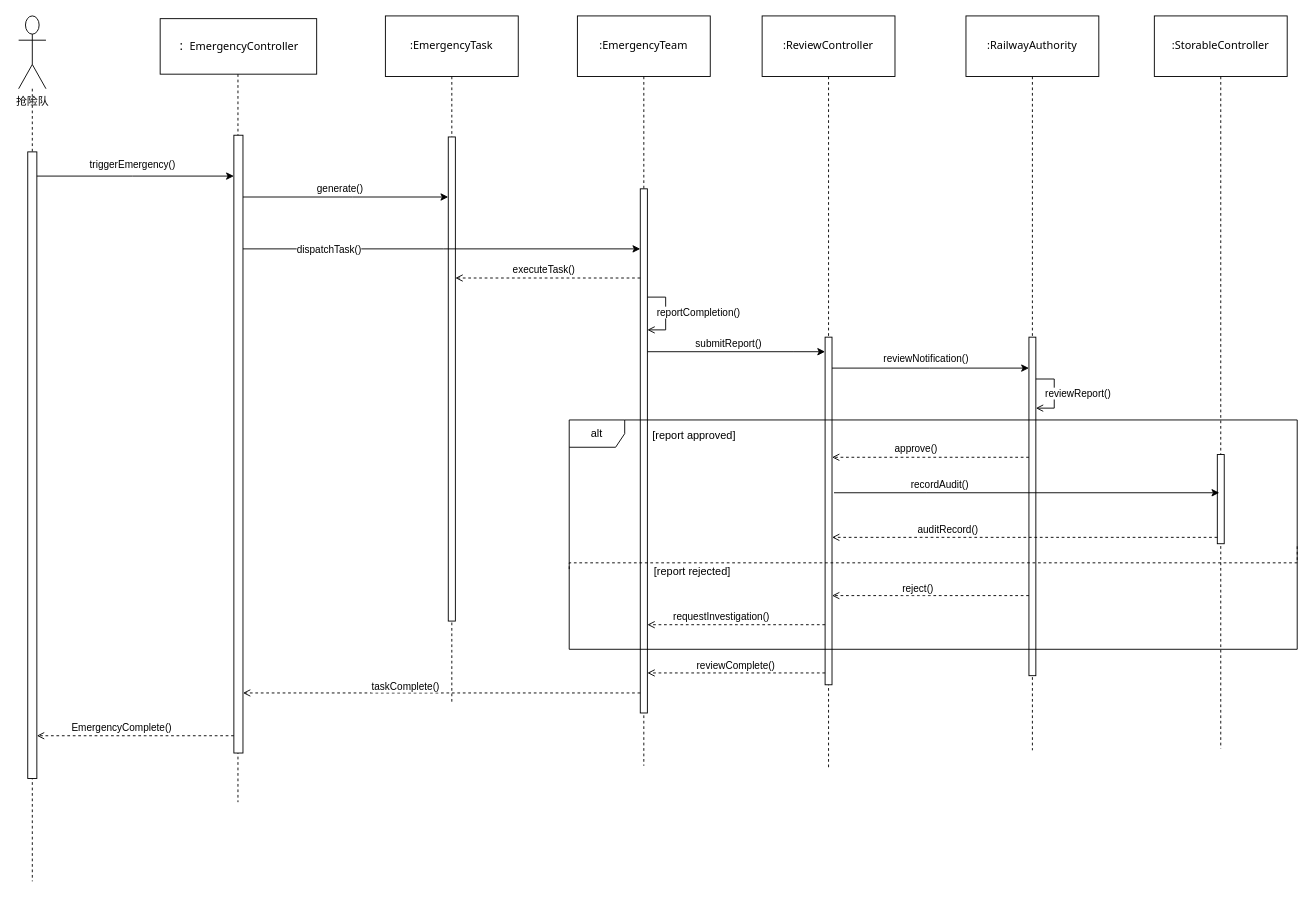
Lxlorange/drawio keeps this draw.io diagram as 应急响应子系统时序图.drawio. Above is the earlier version. Source tidied: cells renumbered, new cells numbered last; positions are measured from the earlier drawing's top-left corner, leaving out a move shared by most shapes. Both pictures are drawn from the tidied source at 91%, with x=0, y=0 at pixel (18, 15).
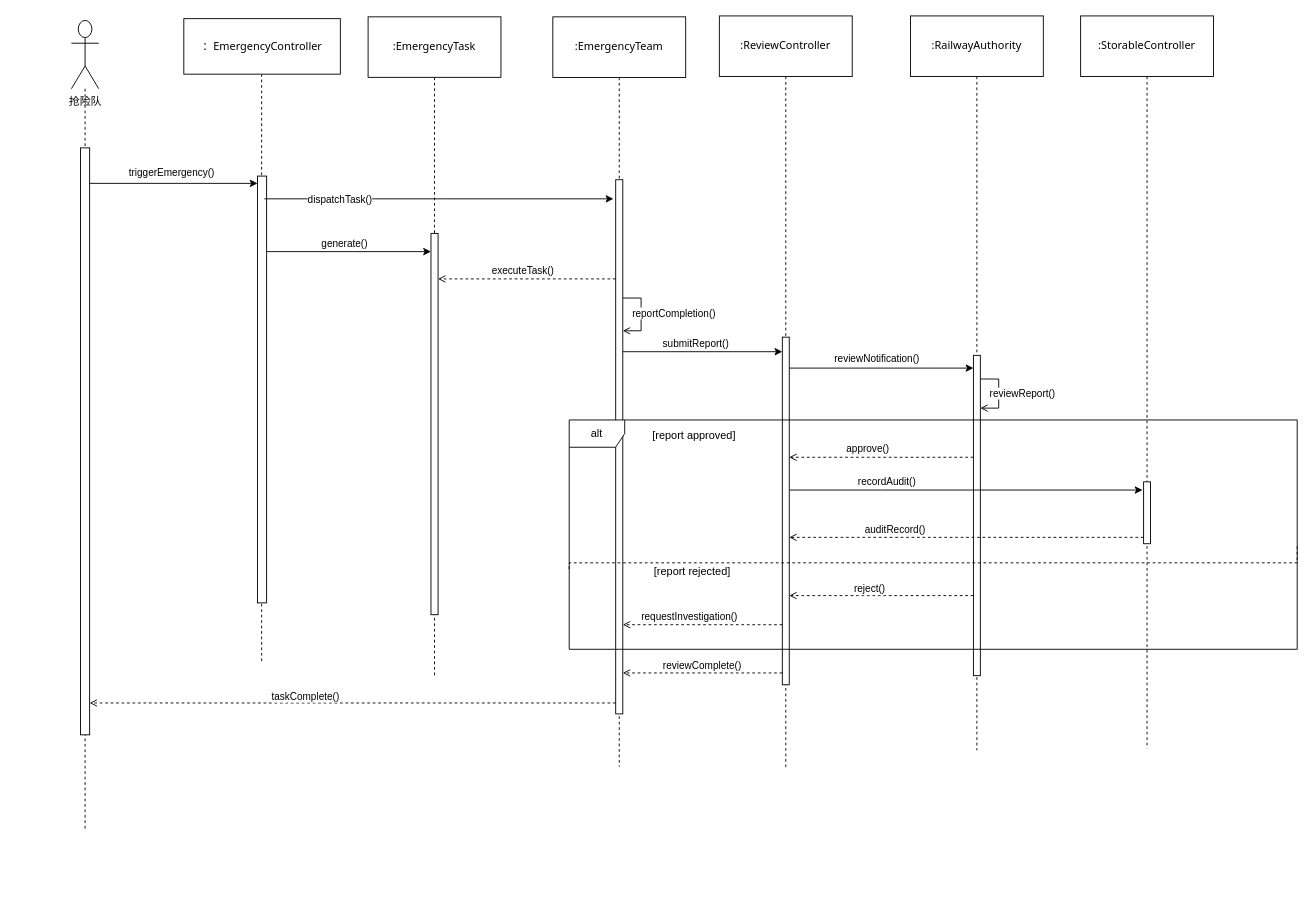
The same diagram, later.

Commit message (it also covers changes not shown here):
更新应急响应子系统时序图.drawio

The change refers to these unchanged cells:
```xml
<mxCell id="4" value="&lt;div style=&quot;text-align: start;&quot;&gt;&lt;span style=&quot;color: light-dark(rgb(0, 0, 0), rgb(255, 255, 255)); text-wrap-mode: nowrap; background-color: rgb(255, 255, 255);&quot;&gt;&lt;font face=&quot;ui-sans-serif, system-ui, sans-serif, Apple Color Emoji, Segoe UI Emoji, Segoe UI Symbol, Noto Color Emoji&quot;&gt;：EmergencyController&lt;/font&gt;&lt;/span&gt;&lt;/div&gt;" style="rounded=0;whiteSpace=wrap;html=1;" parent="2" vertex="1">
  <mxGeometry x="9.5" y="3" width="172" height="61" as="geometry" />
</mxCell>
<mxCell id="19" style="html=1;points=[[0,0,0,0,5],[0,1,0,0,-5],[1,0,0,0,5],[1,1,0,0,-5]];perimeter=orthogonalPerimeter;outlineConnect=0;targetShapes=umlLifeline;portConstraint=eastwest;newEdgeStyle={&quot;curved&quot;:0,&quot;rounded&quot;:0};" parent="16" vertex="1">
  <mxGeometry x="69.2" y="353" width="7.6" height="382" as="geometry" />
</mxCell>
<mxCell id="47" value="alt" style="shape=umlFrame;whiteSpace=wrap;html=1;width=61;height=30;" parent="1" vertex="1">
  <mxGeometry x="605" y="444" width="800" height="252" as="geometry" />
</mxCell>
```

Change to the diagram source:
```diff
@@
     <mxCell id="2" style="group;" parent="1" vertex="1">
-      <mxGeometry x="146" width="191" height="810" as="geometry" />
+      <mxGeometry x="172" width="191" height="810" as="geometry" />
     </mxCell>
     <mxCell id="3" style="edgeStyle=orthogonalEdgeStyle;rounded=0;jettySize=auto;html=1;endArrow=none;endFill=0;dashed=1;" parent="2" edge="1" source="4">
       <mxGeometry relative="1" as="geometry">
-        <mxPoint x="95" y="864" as="targetPoint" />
+        <mxPoint x="95" y="709" as="targetPoint" />
       </mxGeometry>
     </mxCell>
@@
     <mxCell id="5" style="html=1;points=[[0,0,0,0,5],[0,1,0,0,-5],[1,0,0,0,5],[1,1,0,0,-5]];perimeter=orthogonalPerimeter;outlineConnect=0;targetShapes=umlLifeline;portConstraint=eastwest;newEdgeStyle={&quot;curved&quot;:0,&quot;rounded&quot;:0};" parent="2" vertex="1">
-      <mxGeometry x="90.5" y="131.1" width="10" height="678.9" as="geometry" />
+      <mxGeometry x="90.5" y="176" width="10" height="469" as="geometry" />
     </mxCell>
     <mxCell id="6" style="group;" parent="1" vertex="1">
-      <mxGeometry width="30" height="838" as="geometry" />
+      <mxGeometry x="58" y="5" width="30" height="785" as="geometry" />
     </mxCell>
     <mxCell id="7" style="edgeStyle=orthogonalEdgeStyle;rounded=0;jettySize=auto;html=1;endArrow=none;endFill=0;dashed=1;" parent="6" edge="1" source="8">
       <mxGeometry relative="1" as="geometry">
-        <mxPoint x="15" y="951" as="targetPoint" />
+        <mxPoint x="15" y="890.9" as="targetPoint" />
       </mxGeometry>
     </mxCell>
     <mxCell id="8" value="抢险队" style="shape=umlActor;verticalLabelPosition=bottom;verticalAlign=top;html=1;outlineConnect=0;" parent="6" vertex="1">
-      <mxGeometry width="30" height="80" as="geometry" />
+      <mxGeometry width="30" height="75" as="geometry" />
     </mxCell>
     <mxCell id="9" style="html=1;points=[[0,0,0,0,5],[0,1,0,0,-5],[1,0,0,0,5],[1,1,0,0,-5]];perimeter=orthogonalPerimeter;outlineConnect=0;targetShapes=umlLifeline;portConstraint=eastwest;newEdgeStyle={&quot;curved&quot;:0,&quot;rounded&quot;:0};" parent="6" vertex="1">
-      <mxGeometry x="10" y="149.4" width="10" height="688.6" as="geometry" />
+      <mxGeometry x="10" y="140" width="10" height="645" as="geometry" />
     </mxCell>
     <mxCell id="10" style="group;" parent="1" vertex="1">
-      <mxGeometry x="614" width="146" height="766" as="geometry" />
+      <mxGeometry x="587" y="1" width="146" height="766" as="geometry" />
     </mxCell>
@@
     <mxCell id="13" style="html=1;points=[[0,0,0,0,5],[0,1,0,0,-5],[1,0,0,0,5],[1,1,0,0,-5]];perimeter=orthogonalPerimeter;outlineConnect=0;targetShapes=umlLifeline;portConstraint=eastwest;newEdgeStyle={&quot;curved&quot;:0,&quot;rounded&quot;:0};" parent="10" vertex="1">
-      <mxGeometry x="69.1" y="190" width="7.8" height="576" as="geometry" />
+      <mxGeometry x="69.1" y="179" width="7.8" height="587" as="geometry" />
     </mxCell>
@@
     <mxCell id="16" style="group;" parent="1" vertex="1">
-      <mxGeometry x="817" width="146" height="735" as="geometry" />
+      <mxGeometry x="770" width="146" height="735" as="geometry" />
     </mxCell>
@@
     <mxCell id="20" style="group;" parent="1" vertex="1">
-      <mxGeometry x="1041" width="146" height="725" as="geometry" />
+      <mxGeometry x="980" width="146" height="725" as="geometry" />
     </mxCell>
@@
     <mxCell id="23" style="html=1;points=[[0,0,0,0,5],[0,1,0,0,-5],[1,0,0,0,5],[1,1,0,0,-5]];perimeter=orthogonalPerimeter;outlineConnect=0;targetShapes=umlLifeline;portConstraint=eastwest;newEdgeStyle={&quot;curved&quot;:0,&quot;rounded&quot;:0};" parent="20" vertex="1">
-      <mxGeometry x="69.2" y="353" width="7.6" height="372" as="geometry" />
+      <mxGeometry x="69.2" y="373" width="7.6" height="352" as="geometry" />
     </mxCell>
@@
     <mxCell id="26" style="group;" parent="1" vertex="1">
-      <mxGeometry x="1248" width="146" height="728" as="geometry" />
+      <mxGeometry x="1167" width="146" height="728" as="geometry" />
     </mxCell>
@@
     <mxCell id="29" style="html=1;points=[[0,0,0,0,5],[0,1,0,0,-5],[1,0,0,0,5],[1,1,0,0,-5]];perimeter=orthogonalPerimeter;outlineConnect=0;targetShapes=umlLifeline;portConstraint=eastwest;newEdgeStyle={&quot;curved&quot;:0,&quot;rounded&quot;:0};" parent="26" vertex="1">
-      <mxGeometry x="69.2" y="482" width="7.6" height="98" as="geometry" />
+      <mxGeometry x="69.2" y="512" width="7.6" height="68" as="geometry" />
     </mxCell>
     <mxCell id="30" style="group;" parent="1" vertex="1">
-      <mxGeometry x="403" width="146" height="665" as="geometry" />
+      <mxGeometry x="384" y="1" width="146" height="664" as="geometry" />
     </mxCell>
     <mxCell id="31" style="edgeStyle=orthogonalEdgeStyle;rounded=0;jettySize=auto;html=1;endArrow=none;endFill=0;dashed=1;" parent="30" edge="1" source="32">
       <mxGeometry relative="1" as="geometry">
-        <mxPoint x="73" y="755" as="targetPoint" />
+        <mxPoint x="73" y="724" as="targetPoint" />
       </mxGeometry>
     </mxCell>
     <mxCell id="32" value="&lt;span style=&quot;font-family: ui-sans-serif, system-ui, sans-serif, &amp;quot;Apple Color Emoji&amp;quot;, &amp;quot;Segoe UI Emoji&amp;quot;, &amp;quot;Segoe UI Symbol&amp;quot;, &amp;quot;Noto Color Emoji&amp;quot;; text-align: start; text-wrap-mode: nowrap; background-color: rgb(255, 255, 255);&quot;&gt;:EmergencyTask&lt;/span&gt;" style="rounded=0;whiteSpace=wrap;html=1;" parent="30" vertex="1">
-      <mxGeometry width="146" height="66.6" as="geometry" />
+      <mxGeometry width="146" height="66.5" as="geometry" />
     </mxCell>
     <mxCell id="33" style="html=1;points=[[0,0,0,0,5],[0,1,0,0,-5],[1,0,0,0,5],[1,1,0,0,-5]];perimeter=orthogonalPerimeter;outlineConnect=0;targetShapes=umlLifeline;portConstraint=eastwest;newEdgeStyle={&quot;curved&quot;:0,&quot;rounded&quot;:0};" parent="30" vertex="1">
-      <mxGeometry x="69.1" y="133" width="7.8" height="532" as="geometry" />
+      <mxGeometry x="69.1" y="238" width="7.8" height="419" as="geometry" />
     </mxCell>
+    <mxCell id="38" style="edgeStyle=orthogonalEdgeStyle;rounded=0;orthogonalLoop=1;jettySize=auto;html=1;curved=0;" parent="30" edge="1">
+      <mxGeometry relative="1" as="geometry">
+        <mxPoint x="-114" y="200" as="sourcePoint" />
+        <mxPoint x="269.6" y="200" as="targetPoint" />
+        <Array as="points">
+          <mxPoint x="80.5" y="200" />
+          <mxPoint x="80.5" y="200" />
+        </Array>
+      </mxGeometry>
+    </mxCell>
+    <mxCell id="39" value="dispatchTask()" style="edgeLabel;html=1;align=center;verticalAlign=middle;" parent="38" vertex="1">
+      <mxGeometry x="-0.57" relative="1" as="geometry" />
+    </mxCell>
     <mxCell id="34" style="edgeStyle=orthogonalEdgeStyle;rounded=0;jettySize=auto;html=1;curved=0;" parent="1" edge="1" source="9" target="5">
       <mxGeometry relative="1" as="geometry">
         <Array as="points">
-          <mxPoint x="125" y="176" />
-          <mxPoint x="125" y="176" />
+          <mxPoint x="208" y="184" />
+          <mxPoint x="208" y="184" />
         </Array>
       </mxGeometry>
     </mxCell>
@@
     <mxCell id="36" style="edgeStyle=orthogonalEdgeStyle;rounded=0;jettySize=auto;html=1;curved=0;" parent="1" edge="1" source="5" target="33">
       <mxGeometry relative="1" as="geometry">
         <Array as="points">
-          <mxPoint x="367" y="199" />
-          <mxPoint x="367" y="199" />
+          <mxPoint x="369" y="259" />
+          <mxPoint x="369" y="259" />
         </Array>
       </mxGeometry>
     </mxCell>
@@
-    <mxCell id="38" style="edgeStyle=orthogonalEdgeStyle;rounded=0;jettySize=auto;html=1;curved=0;" parent="1" edge="1" source="5" target="13">
-      <mxGeometry relative="1" as="geometry">
-        <Array as="points">
-          <mxPoint x="467" y="256" />
-          <mxPoint x="467" y="256" />
-        </Array>
-      </mxGeometry>
-    </mxCell>
-    <mxCell id="39" value="dispatchTask()" style="edgeLabel;html=1;align=center;verticalAlign=middle;" parent="38" vertex="1">
-      <mxGeometry x="-0.57" relative="1" as="geometry" />
-    </mxCell>
     <mxCell id="40" style="edgeStyle=orthogonalEdgeStyle;rounded=0;jettySize=auto;html=1;curved=0;dashed=1;endArrow=open;endFill=0;" parent="1" edge="1" source="13" target="33">
       <mxGeometry relative="1" as="geometry">
         <Array as="points">
-          <mxPoint x="589" y="288" />
-          <mxPoint x="589" y="288" />
+          <mxPoint x="595" y="289" />
+          <mxPoint x="595" y="289" />
         </Array>
       </mxGeometry>
     </mxCell>
@@
     <mxCell id="42" style="edgeStyle=orthogonalEdgeStyle;rounded=0;jettySize=auto;html=1;curved=0;" parent="1" edge="1" source="13" target="19">
       <mxGeometry relative="1" as="geometry">
         <Array as="points">
-          <mxPoint x="851" y="369" />
-          <mxPoint x="851" y="369" />
+          <mxPoint x="756" y="369" />
+          <mxPoint x="756" y="369" />
         </Array>
       </mxGeometry>
     </mxCell>
@@
     <mxCell id="48" style="edgeStyle=orthogonalEdgeStyle;rounded=0;orthogonalLoop=1;jettySize=auto;html=1;curved=0;" parent="47" edge="1">
       <mxGeometry relative="1" as="geometry">
-        <mxPoint x="291" y="80" as="sourcePoint" />
-        <mxPoint x="714.4" y="80" as="targetPoint" />
+        <mxPoint x="242" y="77" as="sourcePoint" />
+        <mxPoint x="630" y="77" as="targetPoint" />
         <Array as="points">
-          <mxPoint x="392.2" y="80" />
-          <mxPoint x="392.2" y="80" />
+          <mxPoint x="343.2" y="77" />
+          <mxPoint x="343.2" y="77" />
         </Array>
       </mxGeometry>
     </mxCell>
@@
-    <mxCell id="62" style="edgeStyle=orthogonalEdgeStyle;rounded=0;jettySize=auto;html=1;curved=0;dashed=1;endArrow=open;endFill=0;" parent="1" edge="1" source="13" target="5">
+    <mxCell id="62" style="edgeStyle=orthogonalEdgeStyle;rounded=0;jettySize=auto;html=1;curved=0;dashed=1;endArrow=open;endFill=0;" parent="1" edge="1" source="13" target="9">
       <mxGeometry relative="1" as="geometry">
         <Array as="points">
-          <mxPoint x="493" y="744" />
-          <mxPoint x="493" y="744" />
+          <mxPoint x="325" y="755" />
+          <mxPoint x="325" y="755" />
         </Array>
       </mxGeometry>
     </mxCell>
@@
-    <mxCell id="64" style="edgeStyle=orthogonalEdgeStyle;rounded=0;jettySize=auto;html=1;curved=0;dashed=1;endArrow=open;endFill=0;" parent="1" edge="1" source="5" target="9">
-      <mxGeometry relative="1" as="geometry">
-        <Array as="points">
-          <mxPoint x="139" y="791" />
-          <mxPoint x="139" y="791" />
-        </Array>
-      </mxGeometry>
-    </mxCell>
-    <mxCell id="65" value="EmergencyComplete()" style="edgeLabel;html=1;align=center;verticalAlign=middle;" parent="64" vertex="1">
-      <mxGeometry x="0.15" y="-2" relative="1" as="geometry">
-        <mxPoint y="-8" as="offset" />
-      </mxGeometry>
-    </mxCell>
```
